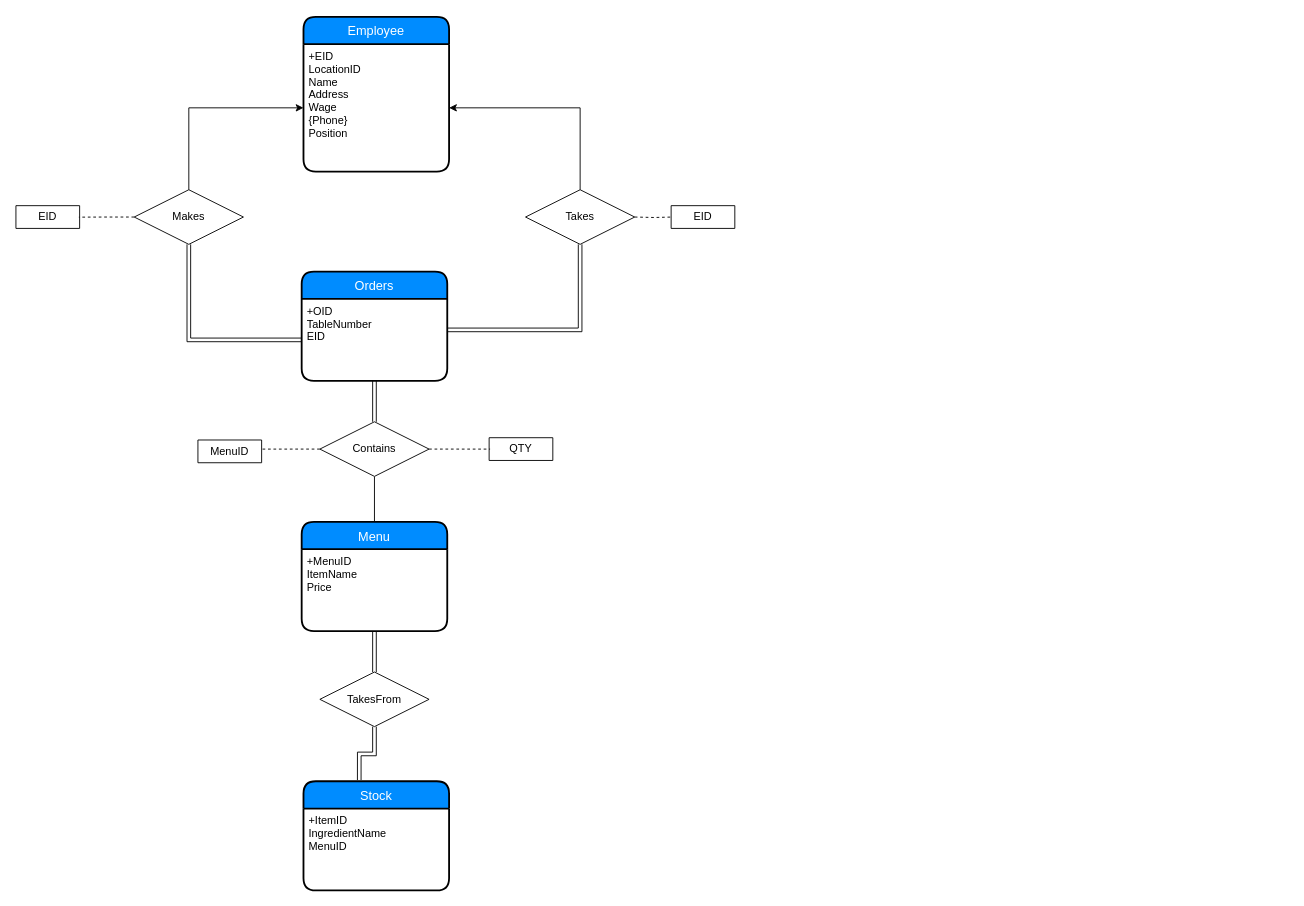
Above: Deliverables/POS_ER_Diagram.drawio in ajgray2017/CSC455_FinalProject (draw.io), before the change. Source tidied: cells renumbered, new cells numbered last; positions are measured from the earlier drawing's top-left corner, leaving out a move shared by most shapes. Both pictures are drawn from the tidied source at 91%, with x=0, y=0 at pixel (15, 16).
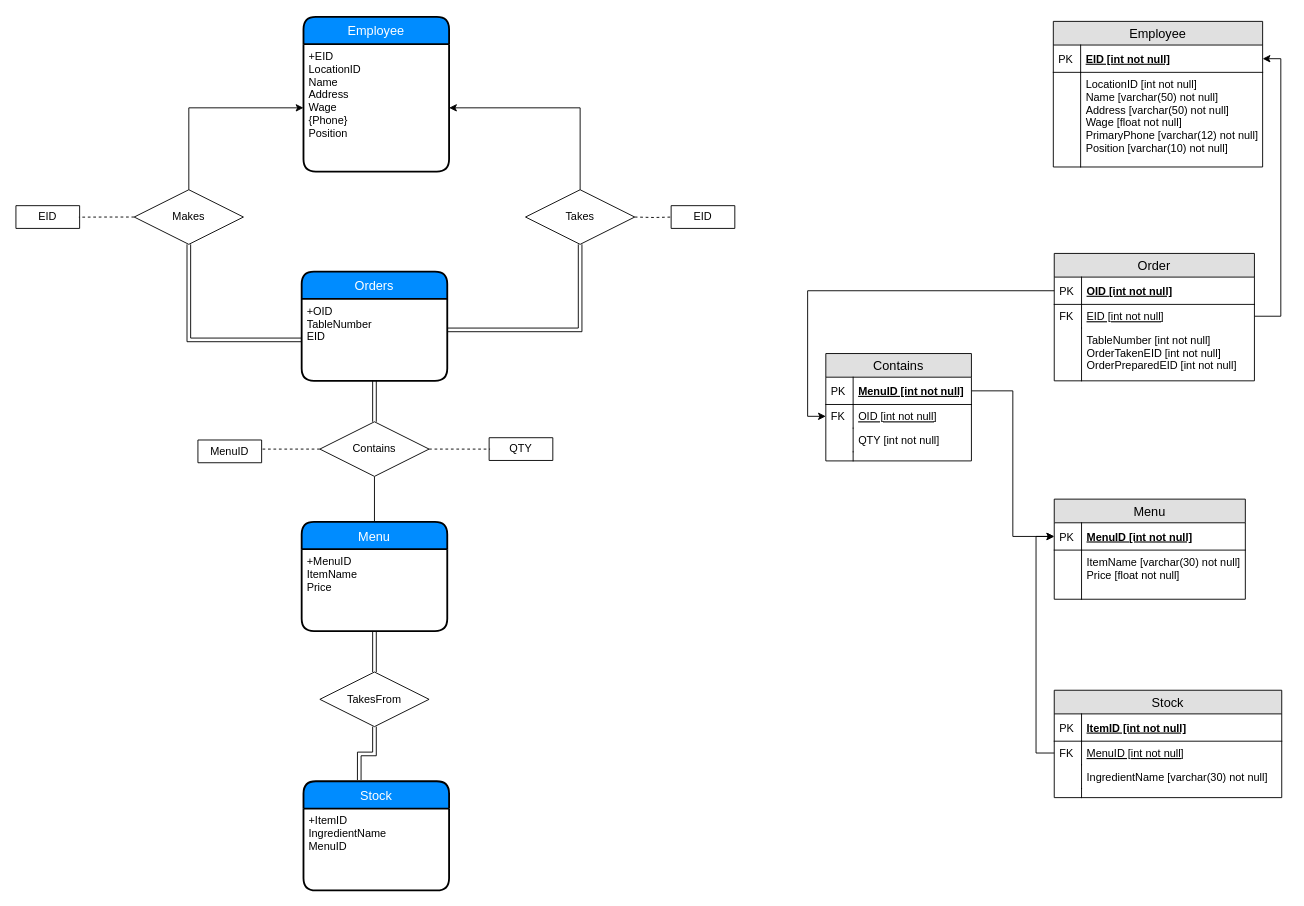
After the change.

Change to the diagram source:
```diff
@@
+    <mxCell id="34" value="Employee" style="swimlane;fontStyle=0;horizontal=1;startSize=26;fillColor=#e0e0e0;swimlaneFillColor=#ffffff;align=center;fontSize=14;" parent="1" vertex="1">
+      <mxGeometry x="1140" y="5" width="230" height="160" as="geometry" />
+    </mxCell>
+    <mxCell id="35" value="EID [int not null]" style="shape=partialRectangle;top=0;left=0;right=0;bottom=1;align=left;verticalAlign=middle;fillColor=none;spacingLeft=34;spacingRight=4;overflow=hidden;points=[[0,0.5],[1,0.5]];portConstraint=eastwest;fontStyle=5;fontSize=12;" parent="34" vertex="1">
+      <mxGeometry y="26" width="230" height="30" as="geometry" />
+    </mxCell>
+    <mxCell id="36" value="PK" style="shape=partialRectangle;top=0;left=0;bottom=0;fillColor=none;align=left;verticalAlign=middle;spacingLeft=4;spacingRight=4;overflow=hidden;fontSize=12;" parent="35" vertex="1">
+      <mxGeometry width="30" height="30" as="geometry" />
+    </mxCell>
+    <mxCell id="37" value="LocationID [int not null] &#10;Name [varchar(50) not null]&#10;Address [varchar(50) not null]&#10;Wage [float not null]&#10;PrimaryPhone [varchar(12) not null]&#10;Position [varchar(10) not null] " style="shape=partialRectangle;top=0;left=0;right=0;bottom=0;align=left;verticalAlign=top;fillColor=none;spacingLeft=34;spacingRight=4;overflow=hidden;fontSize=12;" parent="34" vertex="1">
+      <mxGeometry y="56" width="230" height="104" as="geometry" />
+    </mxCell>
+    <mxCell id="38" style="shape=partialRectangle;top=0;left=0;bottom=0;fillColor=none;align=left;verticalAlign=top;spacingLeft=4;spacingRight=4;overflow=hidden;fontSize=12;" parent="37" vertex="1">
+      <mxGeometry width="30" height="104" as="geometry" />
+    </mxCell>
+    <mxCell id="39" style="shape=partialRectangle;top=0;left=0;right=0;bottom=0;align=left;verticalAlign=top;fillColor=none;spacingLeft=34;spacingRight=4;overflow=hidden;fontSize=12;" parent="1" vertex="1">
+      <mxGeometry x="1150" y="201" width="160" height="38" as="geometry" />
+    </mxCell>
+    <mxCell id="40" style="shape=partialRectangle;top=0;left=0;bottom=0;fillColor=none;align=left;verticalAlign=top;spacingLeft=4;spacingRight=4;overflow=hidden;fontSize=12;" parent="39" vertex="1">
+      <mxGeometry width="30" as="geometry" />
+    </mxCell>
+    <mxCell id="41" value="Menu" style="swimlane;fontStyle=0;horizontal=1;startSize=26;fillColor=#e0e0e0;swimlaneFillColor=#ffffff;align=center;fontSize=14;" parent="1" vertex="1">
+      <mxGeometry x="1141" y="530" width="210" height="110" as="geometry" />
+    </mxCell>
+    <mxCell id="42" value="MenuID [int not null]" style="shape=partialRectangle;top=0;left=0;right=0;bottom=1;align=left;verticalAlign=middle;fillColor=none;spacingLeft=34;spacingRight=4;overflow=hidden;points=[[0,0.5],[1,0.5]];portConstraint=eastwest;fontStyle=5;fontSize=12;" parent="41" vertex="1">
+      <mxGeometry y="26" width="210" height="30" as="geometry" />
+    </mxCell>
+    <mxCell id="43" value="PK" style="shape=partialRectangle;top=0;left=0;bottom=0;fillColor=none;align=left;verticalAlign=middle;spacingLeft=4;spacingRight=4;overflow=hidden;fontSize=12;" parent="42" vertex="1">
+      <mxGeometry width="30" height="30" as="geometry" />
+    </mxCell>
+    <mxCell id="44" value="ItemName [varchar(30) not null]&#10;Price [float not null]" style="shape=partialRectangle;top=0;left=0;right=0;bottom=0;align=left;verticalAlign=top;fillColor=none;spacingLeft=34;spacingRight=4;overflow=hidden;fontSize=12;fontStyle=0;" parent="41" vertex="1">
+      <mxGeometry y="56" width="210" height="54" as="geometry" />
+    </mxCell>
+    <mxCell id="45" style="shape=partialRectangle;top=0;left=0;bottom=0;fillColor=none;align=left;verticalAlign=top;spacingLeft=4;spacingRight=4;overflow=hidden;fontSize=12;" parent="44" vertex="1">
+      <mxGeometry width="30" height="54" as="geometry" />
+    </mxCell>
+    <mxCell id="46" value="Stock" style="swimlane;fontStyle=0;horizontal=1;startSize=26;fillColor=#e0e0e0;swimlaneFillColor=#ffffff;align=center;fontSize=14;" parent="1" vertex="1">
+      <mxGeometry x="1141" y="740" width="250" height="118" as="geometry" />
+    </mxCell>
+    <mxCell id="47" value="ItemID [int not null]" style="shape=partialRectangle;top=0;left=0;right=0;bottom=1;align=left;verticalAlign=middle;fillColor=none;spacingLeft=34;spacingRight=4;overflow=hidden;fontStyle=5;fontSize=12;" parent="46" vertex="1">
+      <mxGeometry y="26" width="250" height="30" as="geometry" />
+    </mxCell>
+    <mxCell id="48" value="PK" style="shape=partialRectangle;top=0;left=0;bottom=0;fillColor=none;align=left;verticalAlign=middle;spacingLeft=4;spacingRight=4;overflow=hidden;fontSize=12;" parent="47" vertex="1">
+      <mxGeometry width="30" height="30" as="geometry" />
+    </mxCell>
+    <mxCell id="49" value="MenuID [int not null]" style="shape=partialRectangle;top=0;left=0;right=0;bottom=0;align=left;verticalAlign=top;fillColor=none;spacingLeft=34;spacingRight=4;overflow=hidden;points=[[0,0.5],[1,0.5]];portConstraint=eastwest;fontSize=12;fontStyle=4;" parent="46" vertex="1">
+      <mxGeometry y="56" width="250" height="26" as="geometry" />
+    </mxCell>
+    <mxCell id="50" value="FK" style="shape=partialRectangle;top=0;left=0;bottom=0;fillColor=none;align=left;verticalAlign=top;spacingLeft=4;spacingRight=4;overflow=hidden;fontSize=12;" parent="49" vertex="1">
+      <mxGeometry width="30" height="26" as="geometry" />
+    </mxCell>
+    <mxCell id="51" value="IngredientName [varchar(30) not null]" style="shape=partialRectangle;top=0;left=0;right=0;bottom=0;align=left;verticalAlign=top;fillColor=none;spacingLeft=34;spacingRight=4;overflow=hidden;fontSize=12;" parent="46" vertex="1">
+      <mxGeometry y="82" width="250" height="26" as="geometry" />
+    </mxCell>
+    <mxCell id="52" style="shape=partialRectangle;top=0;left=0;bottom=0;fillColor=none;align=left;verticalAlign=top;spacingLeft=4;spacingRight=4;overflow=hidden;fontSize=12;" parent="51" vertex="1">
+      <mxGeometry width="30" height="26" as="geometry" />
+    </mxCell>
+    <mxCell id="53" style="shape=partialRectangle;top=0;left=0;right=0;bottom=0;align=left;verticalAlign=top;fillColor=none;spacingLeft=34;spacingRight=4;overflow=hidden;fontSize=12;" parent="46" vertex="1">
+      <mxGeometry y="108" width="250" height="10" as="geometry" />
+    </mxCell>
+    <mxCell id="54" style="shape=partialRectangle;top=0;left=0;bottom=0;fillColor=none;align=left;verticalAlign=top;spacingLeft=4;spacingRight=4;overflow=hidden;fontSize=12;" parent="53" vertex="1">
+      <mxGeometry width="30" height="10" as="geometry" />
+    </mxCell>
+    <mxCell id="55" style="edgeStyle=orthogonalEdgeStyle;rounded=0;jettySize=auto;html=1;exitX=0;exitY=0.5;exitDx=0;exitDy=0;entryX=0;entryY=0.5;entryDx=0;entryDy=0;startArrow=none;startFill=0;endArrow=classic;endFill=1;strokeColor=#000000;" parent="1" edge="1" source="49" target="42">
+      <mxGeometry relative="1" as="geometry" />
+    </mxCell>
+    <mxCell id="56" style="edgeStyle=orthogonalEdgeStyle;rounded=0;jettySize=auto;html=1;exitX=1;exitY=0.5;exitDx=0;exitDy=0;entryX=0;entryY=0.5;entryDx=0;entryDy=0;startArrow=none;startFill=0;endArrow=classic;endFill=1;strokeColor=#000000;" parent="1" edge="1" source="59" target="42">
+      <mxGeometry relative="1" as="geometry" />
+    </mxCell>
+    <mxCell id="57" style="edgeStyle=orthogonalEdgeStyle;rounded=0;jettySize=auto;html=1;exitX=1;exitY=0.5;exitDx=0;exitDy=0;entryX=1;entryY=0.5;entryDx=0;entryDy=0;startArrow=none;startFill=0;endArrow=classic;endFill=1;strokeColor=#000000;" parent="1" edge="1" source="70" target="35">
+      <mxGeometry relative="1" as="geometry" />
+    </mxCell>
+    <mxCell id="58" value="Contains" style="swimlane;fontStyle=0;horizontal=1;startSize=26;fillColor=#e0e0e0;swimlaneFillColor=#ffffff;align=center;fontSize=14;" parent="1" vertex="1">
+      <mxGeometry x="890" y="370" width="160" height="118" as="geometry" />
+    </mxCell>
+    <mxCell id="59" value="MenuID [int not null]" style="shape=partialRectangle;top=0;left=0;right=0;bottom=1;align=left;verticalAlign=middle;fillColor=none;spacingLeft=34;spacingRight=4;overflow=hidden;points=[[0,0.5],[1,0.5]];portConstraint=eastwest;fontStyle=5;fontSize=12;" parent="58" vertex="1">
+      <mxGeometry y="26" width="160" height="30" as="geometry" />
+    </mxCell>
+    <mxCell id="60" value="PK" style="shape=partialRectangle;top=0;left=0;bottom=0;fillColor=none;align=left;verticalAlign=middle;spacingLeft=4;spacingRight=4;overflow=hidden;fontSize=12;" parent="59" vertex="1">
+      <mxGeometry width="30" height="30" as="geometry" />
+    </mxCell>
+    <mxCell id="61" value="OID [int not null]" style="shape=partialRectangle;top=0;left=0;right=0;bottom=0;align=left;verticalAlign=top;fillColor=none;spacingLeft=34;spacingRight=4;overflow=hidden;points=[[0,0.5],[1,0.5]];portConstraint=eastwest;fontSize=12;fontStyle=4;" parent="58" vertex="1">
+      <mxGeometry y="56" width="160" height="26" as="geometry" />
+    </mxCell>
+    <mxCell id="62" value="FK" style="shape=partialRectangle;top=0;left=0;bottom=0;fillColor=none;align=left;verticalAlign=top;spacingLeft=4;spacingRight=4;overflow=hidden;fontSize=12;" parent="61" vertex="1">
+      <mxGeometry width="30" height="26" as="geometry" />
+    </mxCell>
+    <mxCell id="63" value="QTY [int not null]" style="shape=partialRectangle;top=0;left=0;right=0;bottom=0;align=left;verticalAlign=top;fillColor=none;spacingLeft=34;spacingRight=4;overflow=hidden;fontSize=12;" parent="58" vertex="1">
+      <mxGeometry y="82" width="160" height="26" as="geometry" />
+    </mxCell>
+    <mxCell id="64" style="shape=partialRectangle;top=0;left=0;bottom=0;fillColor=none;align=left;verticalAlign=top;spacingLeft=4;spacingRight=4;overflow=hidden;fontSize=12;" parent="63" vertex="1">
+      <mxGeometry width="30" height="26" as="geometry" />
+    </mxCell>
+    <mxCell id="65" style="shape=partialRectangle;top=0;left=0;right=0;bottom=0;align=left;verticalAlign=top;fillColor=none;spacingLeft=34;spacingRight=4;overflow=hidden;fontSize=12;" parent="58" vertex="1">
+      <mxGeometry y="108" width="160" height="10" as="geometry" />
+    </mxCell>
+    <mxCell id="66" style="shape=partialRectangle;top=0;left=0;bottom=0;fillColor=none;align=left;verticalAlign=top;spacingLeft=4;spacingRight=4;overflow=hidden;fontSize=12;" parent="65" vertex="1">
+      <mxGeometry width="30" height="10" as="geometry" />
+    </mxCell>
+    <mxCell id="67" value="Order" style="swimlane;fontStyle=0;horizontal=1;startSize=26;fillColor=#e0e0e0;swimlaneFillColor=#ffffff;align=center;fontSize=14;" parent="1" vertex="1">
+      <mxGeometry x="1141" y="260" width="220" height="140" as="geometry" />
+    </mxCell>
+    <mxCell id="68" value="OID [int not null]" style="shape=partialRectangle;top=0;left=0;right=0;bottom=1;align=left;verticalAlign=middle;fillColor=none;spacingLeft=34;spacingRight=4;overflow=hidden;points=[[0,0.5],[1,0.5]];portConstraint=eastwest;fontStyle=5;fontSize=12;" parent="67" vertex="1">
+      <mxGeometry y="26" width="220" height="30" as="geometry" />
+    </mxCell>
+    <mxCell id="69" value="PK" style="shape=partialRectangle;top=0;left=0;bottom=0;fillColor=none;align=left;verticalAlign=middle;spacingLeft=4;spacingRight=4;overflow=hidden;fontSize=12;" parent="68" vertex="1">
+      <mxGeometry width="30" height="30" as="geometry" />
+    </mxCell>
+    <mxCell id="70" value="EID [int not null]" style="shape=partialRectangle;top=0;left=0;right=0;bottom=0;align=left;verticalAlign=top;fillColor=none;spacingLeft=34;spacingRight=4;overflow=hidden;points=[[0,0.5],[1,0.5]];portConstraint=eastwest;fontSize=12;fontStyle=4;" parent="67" vertex="1">
+      <mxGeometry y="56" width="220" height="26" as="geometry" />
+    </mxCell>
+    <mxCell id="71" value="FK" style="shape=partialRectangle;top=0;left=0;bottom=0;fillColor=none;align=left;verticalAlign=top;spacingLeft=4;spacingRight=4;overflow=hidden;fontSize=12;" parent="70" vertex="1">
+      <mxGeometry width="30" height="26" as="geometry" />
+    </mxCell>
+    <mxCell id="72" value="TableNumber [int not null]&#10;OrderTakenEID [int not null]&#10;OrderPreparedEID [int not null]" style="shape=partialRectangle;top=0;left=0;right=0;bottom=0;align=left;verticalAlign=top;fillColor=none;spacingLeft=34;spacingRight=4;overflow=hidden;fontSize=12;" parent="67" vertex="1">
+      <mxGeometry y="82" width="220" height="58" as="geometry" />
+    </mxCell>
+    <mxCell id="73" style="shape=partialRectangle;top=0;left=0;bottom=0;fillColor=none;align=left;verticalAlign=top;spacingLeft=4;spacingRight=4;overflow=hidden;fontSize=12;" parent="72" vertex="1">
+      <mxGeometry width="30" height="58" as="geometry" />
+    </mxCell>
+    <mxCell id="74" style="shape=partialRectangle;top=0;left=0;right=0;bottom=0;align=left;verticalAlign=top;fillColor=none;spacingLeft=34;spacingRight=4;overflow=hidden;fontSize=12;" parent="67" vertex="1">
+      <mxGeometry y="140" width="220" as="geometry" />
+    </mxCell>
+    <mxCell id="75" style="shape=partialRectangle;top=0;left=0;bottom=0;fillColor=none;align=left;verticalAlign=top;spacingLeft=4;spacingRight=4;overflow=hidden;fontSize=12;" parent="74" vertex="1">
+      <mxGeometry width="30" as="geometry" />
+    </mxCell>
+    <mxCell id="76" style="edgeStyle=orthogonalEdgeStyle;rounded=0;jettySize=auto;html=1;exitX=0;exitY=0.5;exitDx=0;exitDy=0;entryX=0;entryY=0.5;entryDx=0;entryDy=0;startArrow=none;startFill=0;endArrow=classic;endFill=1;strokeColor=#000000;" parent="1" edge="1" source="68" target="61">
+      <mxGeometry relative="1" as="geometry" />
+    </mxCell>
```
